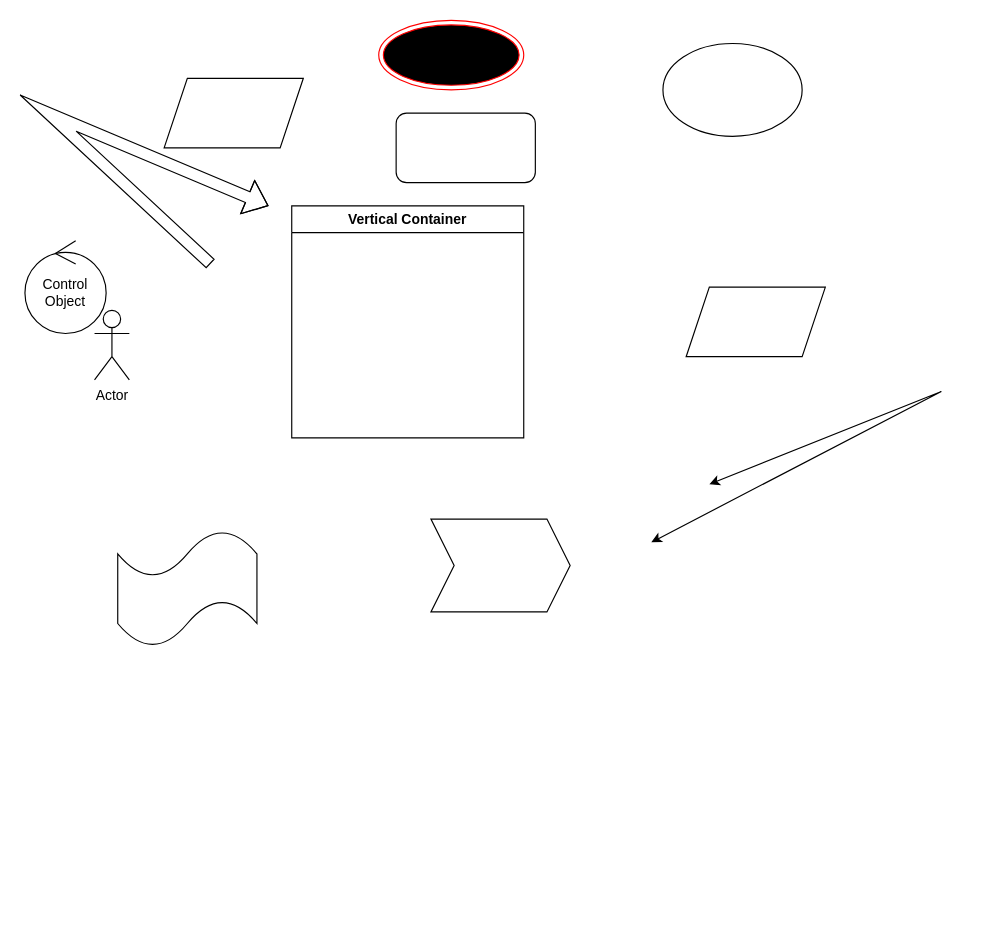
Above: Untitled Diagram.drawio in xzhifang/test1 (draw.io), before the change. Source tidied: cells renumbered, new cells numbered last; positions are measured from the earlier drawing's top-left corner, leaving out a move shared by most shapes. Both pictures are drawn from the tidied source at 116%, with x=0, y=0 at pixel (24, 20).
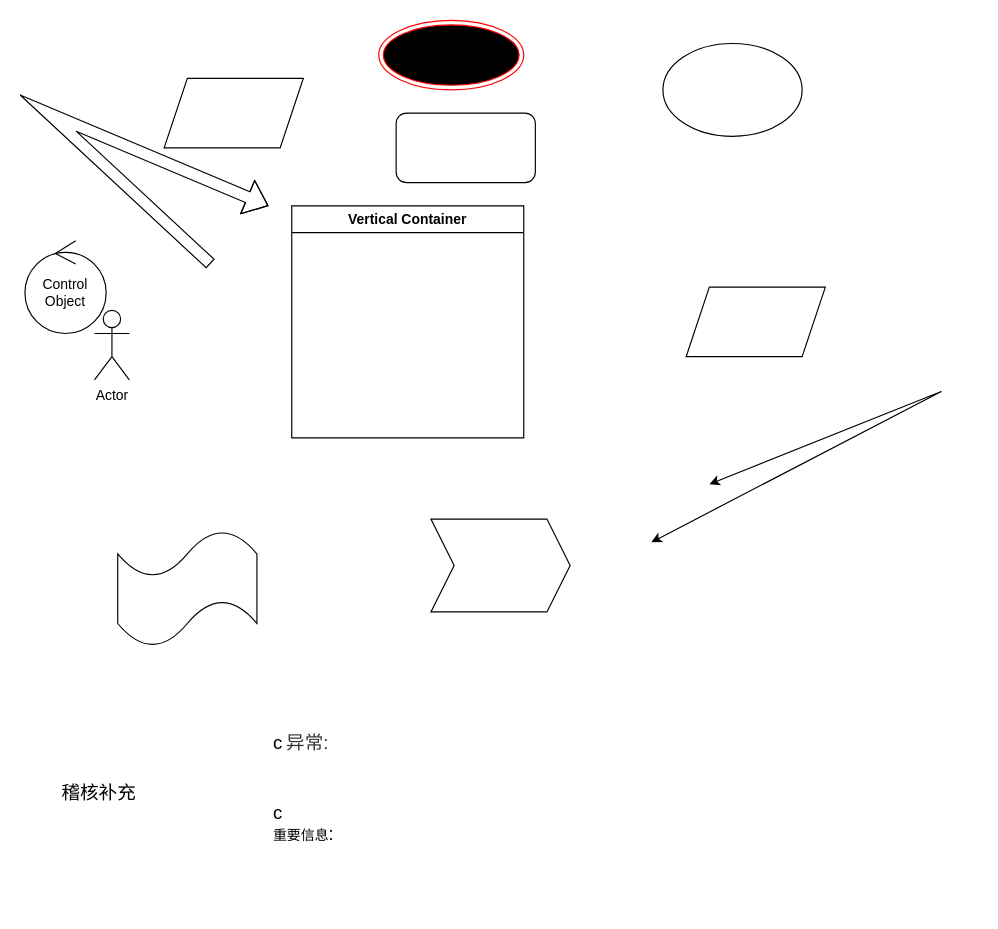
The same diagram, later.

Change to the diagram source:
```diff
@@
 <mxGraphModel>
   <root>
     <mxCell id="0" />
     <mxCell id="1" parent="0" />
     <mxCell id="2" style="rounded=1;whiteSpace=wrap;html=1;" parent="1" vertex="1">
       <mxGeometry x="320" y="80" width="120" height="60" as="geometry" />
     </mxCell>
     <mxCell id="3" style="shape=parallelogram;perimeter=parallelogramPerimeter;whiteSpace=wrap;html=1;fixedSize=1;" parent="1" vertex="1">
       <mxGeometry x="120" y="50" width="120" height="60" as="geometry" />
     </mxCell>
     <mxCell id="4" value="Actor" style="shape=umlActor;verticalLabelPosition=bottom;verticalAlign=top;html=1;" parent="1" vertex="1">
       <mxGeometry x="60" y="250" width="30" height="60" as="geometry" />
     </mxCell>
     <mxCell id="5" style="shape=flexArrow;endArrow=classic;html=1;rounded=0;" parent="1" edge="1">
       <mxGeometry relative="1" as="geometry">
         <mxPoint x="160" y="210" as="sourcePoint" />
         <mxPoint x="210" y="160" as="targetPoint" />
         <Array as="points">
           <mxPoint x="20" y="80" />
         </Array>
       </mxGeometry>
     </mxCell>
     <mxCell id="6" value="Vertical Container" style="swimlane;" parent="1" vertex="1">
       <mxGeometry x="230" y="160" width="200" height="200" as="geometry" />
     </mxCell>
     <mxCell id="7" style="ellipse;whiteSpace=wrap;html=1;" parent="1" vertex="1">
       <mxGeometry x="550" y="20" width="120" height="80" as="geometry" />
     </mxCell>
     <mxCell id="8" style="shape=parallelogram;perimeter=parallelogramPerimeter;whiteSpace=wrap;html=1;fixedSize=1;" parent="1" vertex="1">
       <mxGeometry x="570" y="230" width="120" height="60" as="geometry" />
     </mxCell>
     <mxCell id="9" style="shape=tape;whiteSpace=wrap;html=1;" parent="1" vertex="1">
       <mxGeometry x="80" y="440" width="120" height="100" as="geometry" />
     </mxCell>
     <mxCell id="10" style="shape=step;perimeter=stepPerimeter;whiteSpace=wrap;html=1;fixedSize=1;" parent="1" vertex="1">
       <mxGeometry x="350" y="430" width="120" height="80" as="geometry" />
     </mxCell>
     <mxCell id="11" style="endArrow=classic;startArrow=classic;html=1;rounded=0;" parent="1" edge="1">
       <mxGeometry relative="1" as="geometry">
         <mxPoint x="540" y="450" as="sourcePoint" />
         <mxPoint x="590" y="400" as="targetPoint" />
         <Array as="points">
           <mxPoint x="790" y="320" />
         </Array>
       </mxGeometry>
     </mxCell>
     <mxCell id="12" value="Control Object" style="ellipse;shape=umlControl;whiteSpace=wrap;html=1;" parent="1" vertex="1">
       <mxGeometry y="190" width="70" height="80" as="geometry" />
     </mxCell>
     <mxCell id="13" style="ellipse;html=1;shape=endState;fillColor=#000000;strokeColor=#ff0000;" parent="1" vertex="1">
       <mxGeometry x="305" width="125" height="60" as="geometry" />
     </mxCell>
+    <mxCell id="14" value="&lt;table style=&quot;border-collapse:&#10; collapse;width:592pt;mso-yfti-tbllook:1056&quot; width=&quot;1184&quot; cellspacing=&quot;0&quot; cellpadding=&quot;0&quot; border=&quot;0&quot;&gt;&#10; &lt;colgroup&gt;&lt;col style=&quot;mso-width-source:userset;width:99pt&quot; span=&quot;4&quot; width=&quot;197&quot;&gt;&#10; &lt;col style=&quot;mso-width-source:userset;width:197pt&quot; width=&quot;395&quot;&gt;&#10; &lt;/colgroup&gt;&lt;tbody&gt;&lt;tr style=&quot;mso-height-source:userset;height:18.0pt&quot; height=&quot;36&quot;&gt;&#10;  &lt;td style=&quot;height:57.25pt;&#10;  width:99pt&quot; width=&quot;197&quot; class=&quot;oa1&quot; height=&quot;115&quot; rowspan=&quot;4&quot;&gt;&#10;  &lt;p style=&quot;language:zh-CN;margin-top:0pt;margin-bottom:0pt;margin-left:0in;&#10;  text-align:left;direction:ltr;unicode-bidi:embed;mso-line-break-override:&#10;  none;word-break:normal;punctuation-wrap:hanging&quot;&gt;&lt;span style=&quot;font-size:12.0pt;&#10;  font-family:微軟正黑體;mso-ascii-font-family:Calibri;mso-fareast-font-family:微軟正黑體;&#10;  color:black;mso-color-index:1;mso-font-kerning:12.0pt;language:zh-TW;&#10;  font-weight:bold;mso-style-textfill-type:solid;mso-style-textfill-fill-themecolor:&#10;  text1;mso-style-textfill-fill-color:black;mso-style-textfill-fill-alpha:100.0%&quot;&gt;稽核补充&lt;/span&gt;&lt;/p&gt;&#10;  &lt;/td&gt;&#10;  &lt;td style=&quot;width:493pt&quot; width=&quot;987&quot; class=&quot;oa2&quot; colspan=&quot;4&quot;&gt;&#10;  &lt;p style=&quot;language:zh-CN;margin-top:0pt;margin-bottom:0pt;margin-left:0in;&#10;  text-align:left;direction:ltr;unicode-bidi:embed;mso-line-break-override:&#10;  none;word-break:normal;punctuation-wrap:hanging&quot;&gt;&lt;/p&gt;&#10;  &lt;/td&gt;&#10; &lt;/tr&gt;&#10; &lt;tr style=&quot;mso-height-source:userset;height:18.0pt&quot; height=&quot;36&quot;&gt;&#10;  &lt;td style=&quot;height:18.0pt;width:493pt&quot; width=&quot;987&quot; class=&quot;oa2&quot; height=&quot;36&quot; colspan=&quot;4&quot;&gt;&#10;  &lt;p style=&quot;language:zh-CN;line-height:normal;margin-top:0pt;margin-bottom:&#10;  0pt;margin-left:0in;margin-right:0in;text-indent:0in;text-align:left;&#10;  direction:ltr;unicode-bidi:embed;mso-vertical-align-alt:auto;mso-line-break-override:&#10;  none;word-break:normal;punctuation-wrap:hanging&quot;&gt;&lt;span style=&quot;font-size:12.0pt;&#10;  font-family:Webdings;mso-ascii-font-family:Calibri;mso-fareast-font-family:&#10;  微軟正黑體;color:black;mso-color-index:1;mso-font-kerning:12.0pt;language:zh-TW;&#10;  mso-char-type:symbol;mso-symbol-font-family:Webdings;mso-style-textfill-type:&#10;  solid;mso-style-textfill-fill-themecolor:text1;mso-style-textfill-fill-color:&#10;  black;mso-style-textfill-fill-alpha:100.0%&quot;&gt;c&lt;/span&gt;&lt;span style=&quot;font-size:&#10;  12.0pt;font-family:Calibri;mso-ascii-font-family:Calibri;mso-fareast-font-family:&#10;  微軟正黑體;color:black;mso-color-index:1;mso-font-kerning:12.0pt;language:zh-TW;&#10;  mso-style-textfill-type:solid;mso-style-textfill-fill-themecolor:text1;&#10;  mso-style-textfill-fill-color:black;mso-style-textfill-fill-alpha:100.0%&quot;&gt; &lt;/span&gt;&lt;span style=&quot;font-size:12.0pt;font-family:新細明體;mso-ascii-font-family:Calibri;&#10;  mso-fareast-font-family:新細明體;mso-ascii-theme-font:minor-latin;mso-fareast-theme-font:&#10;  minor-fareast;mso-bidi-theme-font:minor-bidi;font-variant:normal;color:#353630;&#10;  text-transform:none;letter-spacing:0pt;mso-font-kerning:12.0pt;language:zh-TW;&#10;  font-weight:normal;font-style:normal;mso-no-proof:no;vertical-align:baseline;&#10;  mso-text-raise:0%;mso-style-textoutline-type:none;mso-style-textfill-type:&#10;  solid;mso-style-textfill-fill-color:#353630;mso-style-textfill-fill-alpha:&#10;  100.0%&quot;&gt;异常&lt;/span&gt;&lt;span style=&quot;font-size:12.0pt;font-family:Calibri;&#10;  mso-ascii-font-family:Calibri;mso-fareast-font-family:新細明體;mso-ascii-theme-font:&#10;  minor-latin;mso-fareast-theme-font:minor-fareast;mso-bidi-theme-font:minor-bidi;&#10;  font-variant:normal;color:#353630;text-transform:none;letter-spacing:0pt;&#10;  mso-font-kerning:12.0pt;language:en-US;font-weight:normal;font-style:normal;&#10;  mso-no-proof:no;vertical-align:baseline;mso-text-raise:0%;mso-style-textoutline-type:&#10;  none;mso-style-textfill-type:solid;mso-style-textfill-fill-color:#353630;&#10;  mso-style-textfill-fill-alpha:100.0%&quot;&gt;:&lt;/span&gt;&lt;span style=&quot;font-size:12.0pt;&#10;  font-family:Calibri;mso-ascii-font-family:Calibri;mso-fareast-font-family:&#10;  新細明體;mso-ascii-theme-font:minor-latin;mso-fareast-theme-font:minor-fareast;&#10;  mso-bidi-theme-font:minor-bidi;font-variant:normal;color:#353630;text-transform:&#10;  none;letter-spacing:0pt;mso-font-kerning:12.0pt;language:zh-TW;font-weight:&#10;  normal;font-style:normal;mso-no-proof:no;vertical-align:baseline;mso-text-raise:&#10;  0%;mso-style-textoutline-type:none;mso-style-textfill-type:solid;mso-style-textfill-fill-color:&#10;  #353630;mso-style-textfill-fill-alpha:100.0%&quot;&gt;&lt;span style=&quot;mso-spacerun:yes&quot;&gt;&amp;nbsp; &lt;/span&gt;&lt;/span&gt;&lt;/p&gt;&#10;  &lt;/td&gt;&#10; &lt;/tr&gt;&#10; &lt;tr style=&quot;mso-height-source:userset;height:10.63pt&quot; height=&quot;21&quot;&gt;&#10;  &lt;td style=&quot;height:10.63pt;width:493pt&quot; width=&quot;987&quot; class=&quot;oa2&quot; height=&quot;21&quot; colspan=&quot;4&quot;&gt;&#10;  &lt;p style=&quot;language:zh-CN;line-height:normal;margin-top:0pt;margin-bottom:&#10;  0pt;margin-left:0in;margin-right:0in;text-indent:0in;text-align:left;&#10;  direction:ltr;unicode-bidi:embed;mso-vertical-align-alt:auto;mso-line-break-override:&#10;  none;word-break:normal;punctuation-wrap:hanging&quot;&gt;&lt;span style=&quot;font-size:12.0pt;&#10;  font-family:Webdings;mso-ascii-font-family:Calibri;mso-fareast-font-family:&#10;  微軟正黑體;color:black;mso-color-index:1;mso-font-kerning:12.0pt;language:zh-TW;&#10;  mso-char-type:symbol;mso-symbol-font-family:Webdings;mso-style-textfill-type:&#10;  solid;mso-style-textfill-fill-themecolor:text1;mso-style-textfill-fill-color:&#10;  black;mso-style-textfill-fill-alpha:100.0%&quot;&gt;c&lt;/span&gt;&lt;span style=&quot;font-size:&#10;  12.0pt;font-family:Calibri;mso-ascii-font-family:Calibri;mso-fareast-font-family:&#10;  微軟正黑體;color:black;mso-color-index:1;mso-font-kerning:12.0pt;language:zh-TW;&#10;  mso-style-textfill-type:solid;mso-style-textfill-fill-themecolor:text1;&#10;  mso-style-textfill-fill-color:black;mso-style-textfill-fill-alpha:100.0%&quot;&gt;&#10;  重要信息&lt;/span&gt;&lt;span style=&quot;font-size:12.0pt;font-family:Calibri;mso-ascii-font-family:&#10;  Calibri;mso-fareast-font-family:微軟正黑體;color:black;mso-color-index:1;&#10;  mso-font-kerning:12.0pt;language:en-US;mso-style-textfill-type:solid;&#10;  mso-style-textfill-fill-themecolor:text1;mso-style-textfill-fill-color:black;&#10;  mso-style-textfill-fill-alpha:100.0%&quot;&gt;:&lt;/span&gt;&lt;span style=&quot;font-size:12.0pt;&#10;  font-family:Calibri;mso-ascii-font-family:Calibri;mso-fareast-font-family:&#10;  微軟正黑體;color:black;mso-color-index:1;mso-font-kerning:12.0pt;language:zh-TW;&#10;  mso-style-textfill-type:solid;mso-style-textfill-fill-themecolor:text1;&#10;  mso-style-textfill-fill-color:black;mso-style-textfill-fill-alpha:100.0%&quot;&gt; &lt;/span&gt;&lt;/p&gt;&#10;  &lt;/td&gt;&#10; &lt;/tr&gt;&#10; &lt;tr style=&quot;mso-height-source:userset;height:10.63pt&quot; height=&quot;21&quot;&gt;&#10;  &lt;td style=&quot;height:10.63pt;width:493pt&quot; width=&quot;987&quot; class=&quot;oa2&quot; height=&quot;21&quot; colspan=&quot;4&quot;&gt;&#10;  &lt;p style=&quot;language:zh-CN;margin-top:0pt;margin-bottom:0pt;margin-left:0in;&#10;  text-align:left;direction:ltr;unicode-bidi:embed;mso-line-break-override:&#10;  none;word-break:normal;punctuation-wrap:hanging&quot;&gt;&lt;/p&gt;&#10;  &lt;/td&gt;&#10; &lt;/tr&gt;&#10;&lt;/tbody&gt;&lt;/table&gt;" style="text;whiteSpace=wrap;html=1;" parent="1" vertex="1">
+      <mxGeometry x="30" y="330" width="550" height="430" as="geometry" />
+    </mxCell>
   </root>
 </mxGraphModel>
```
